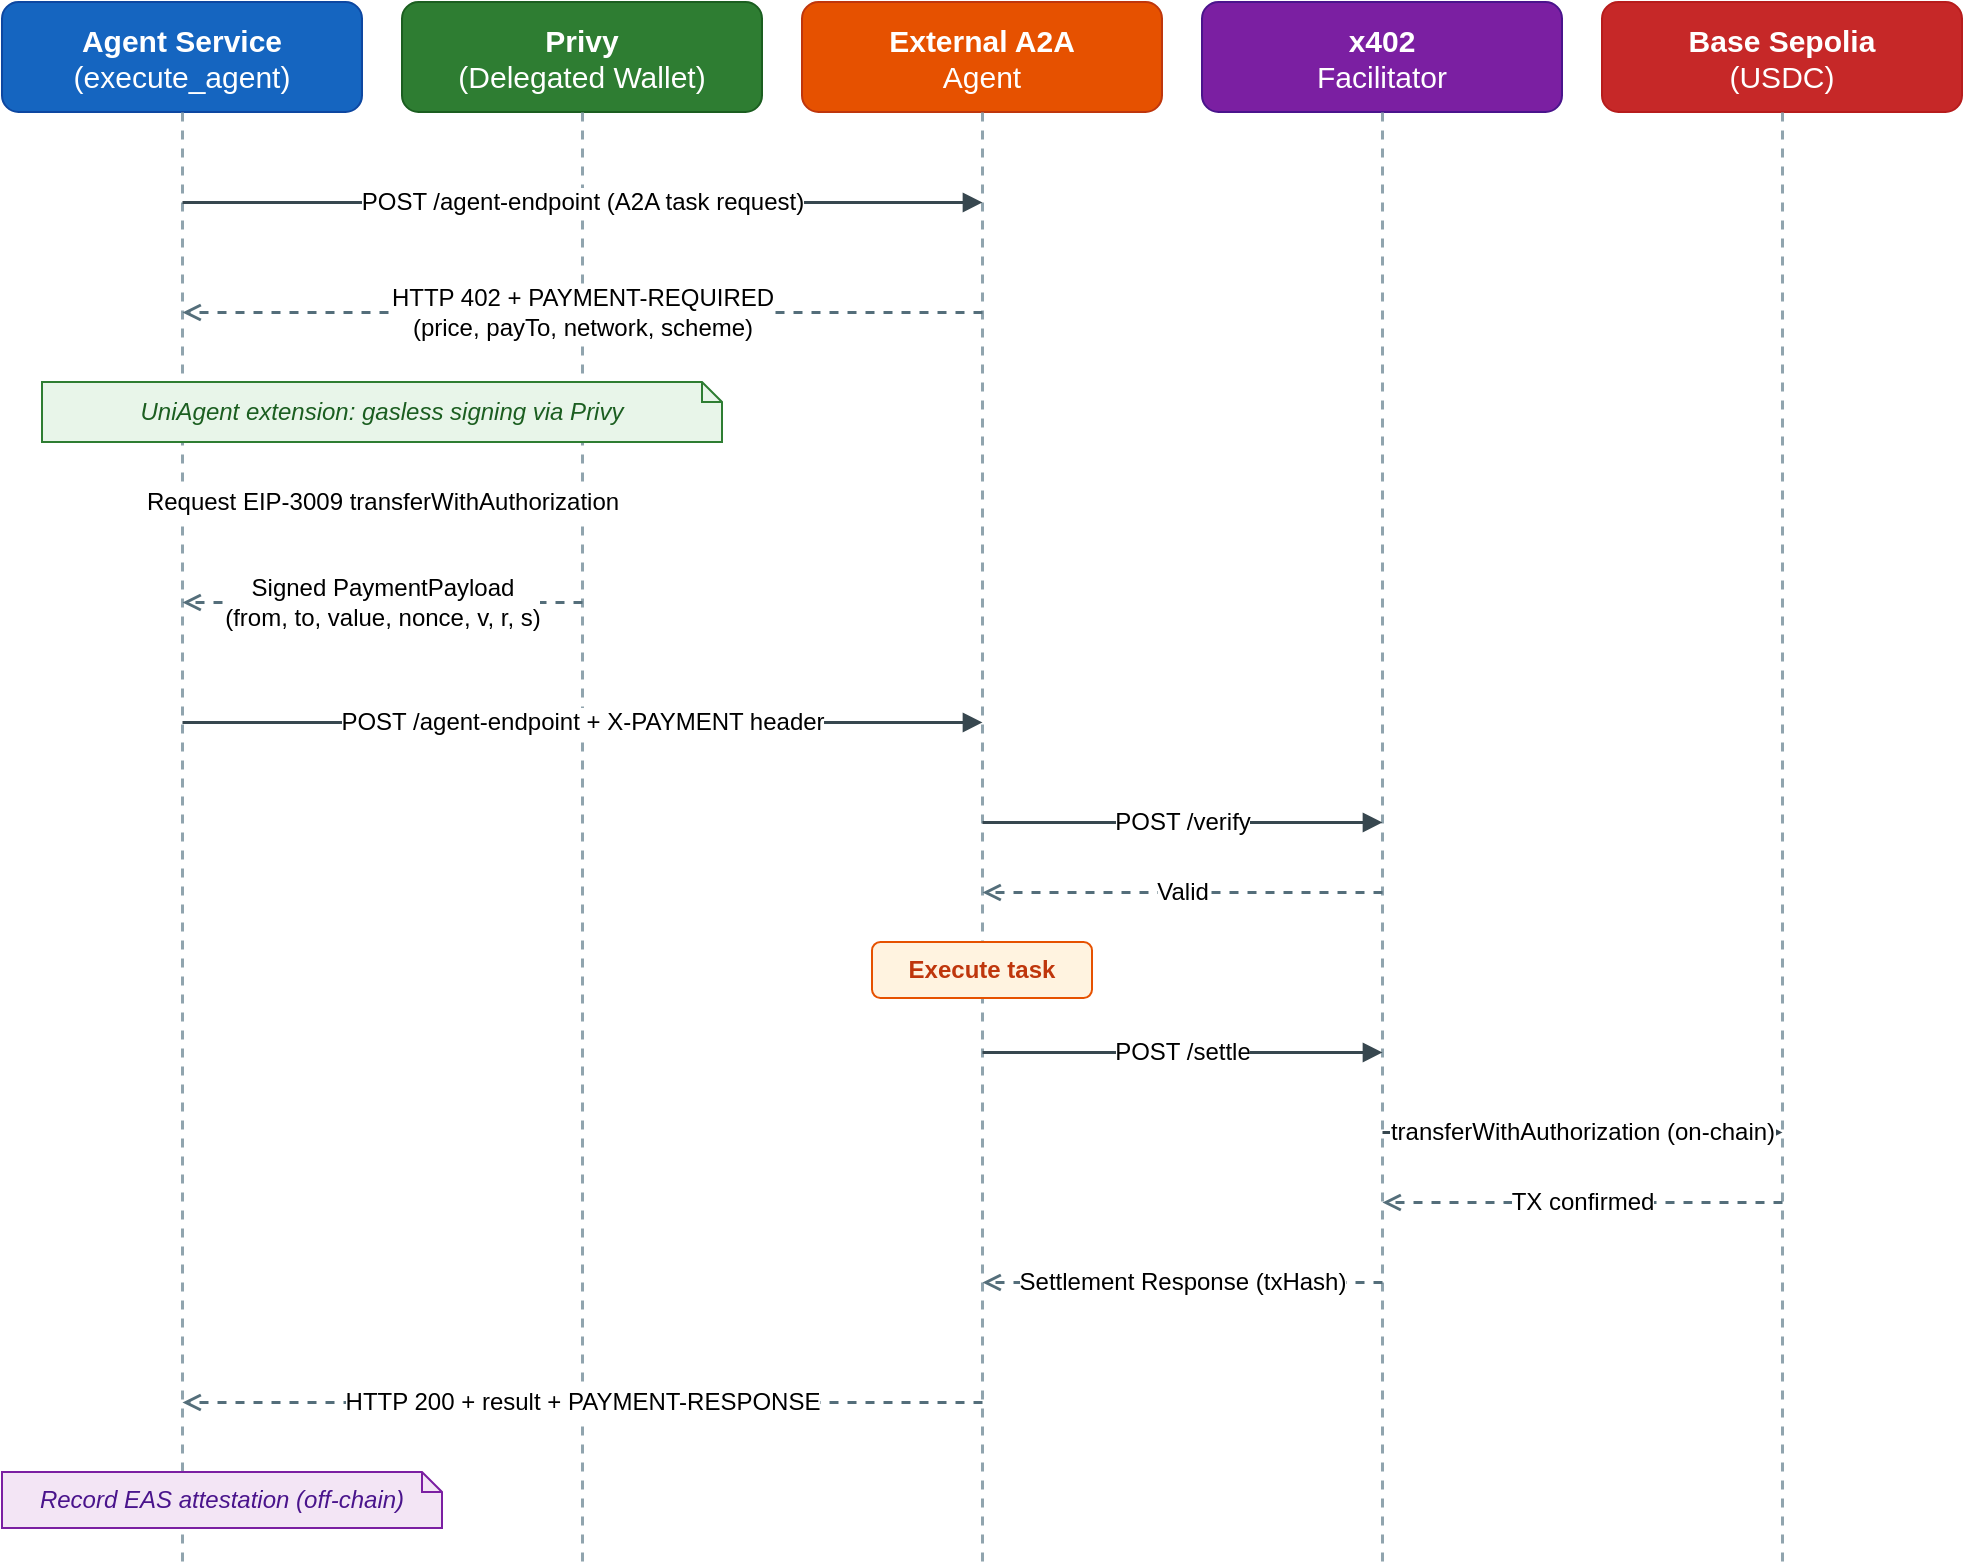
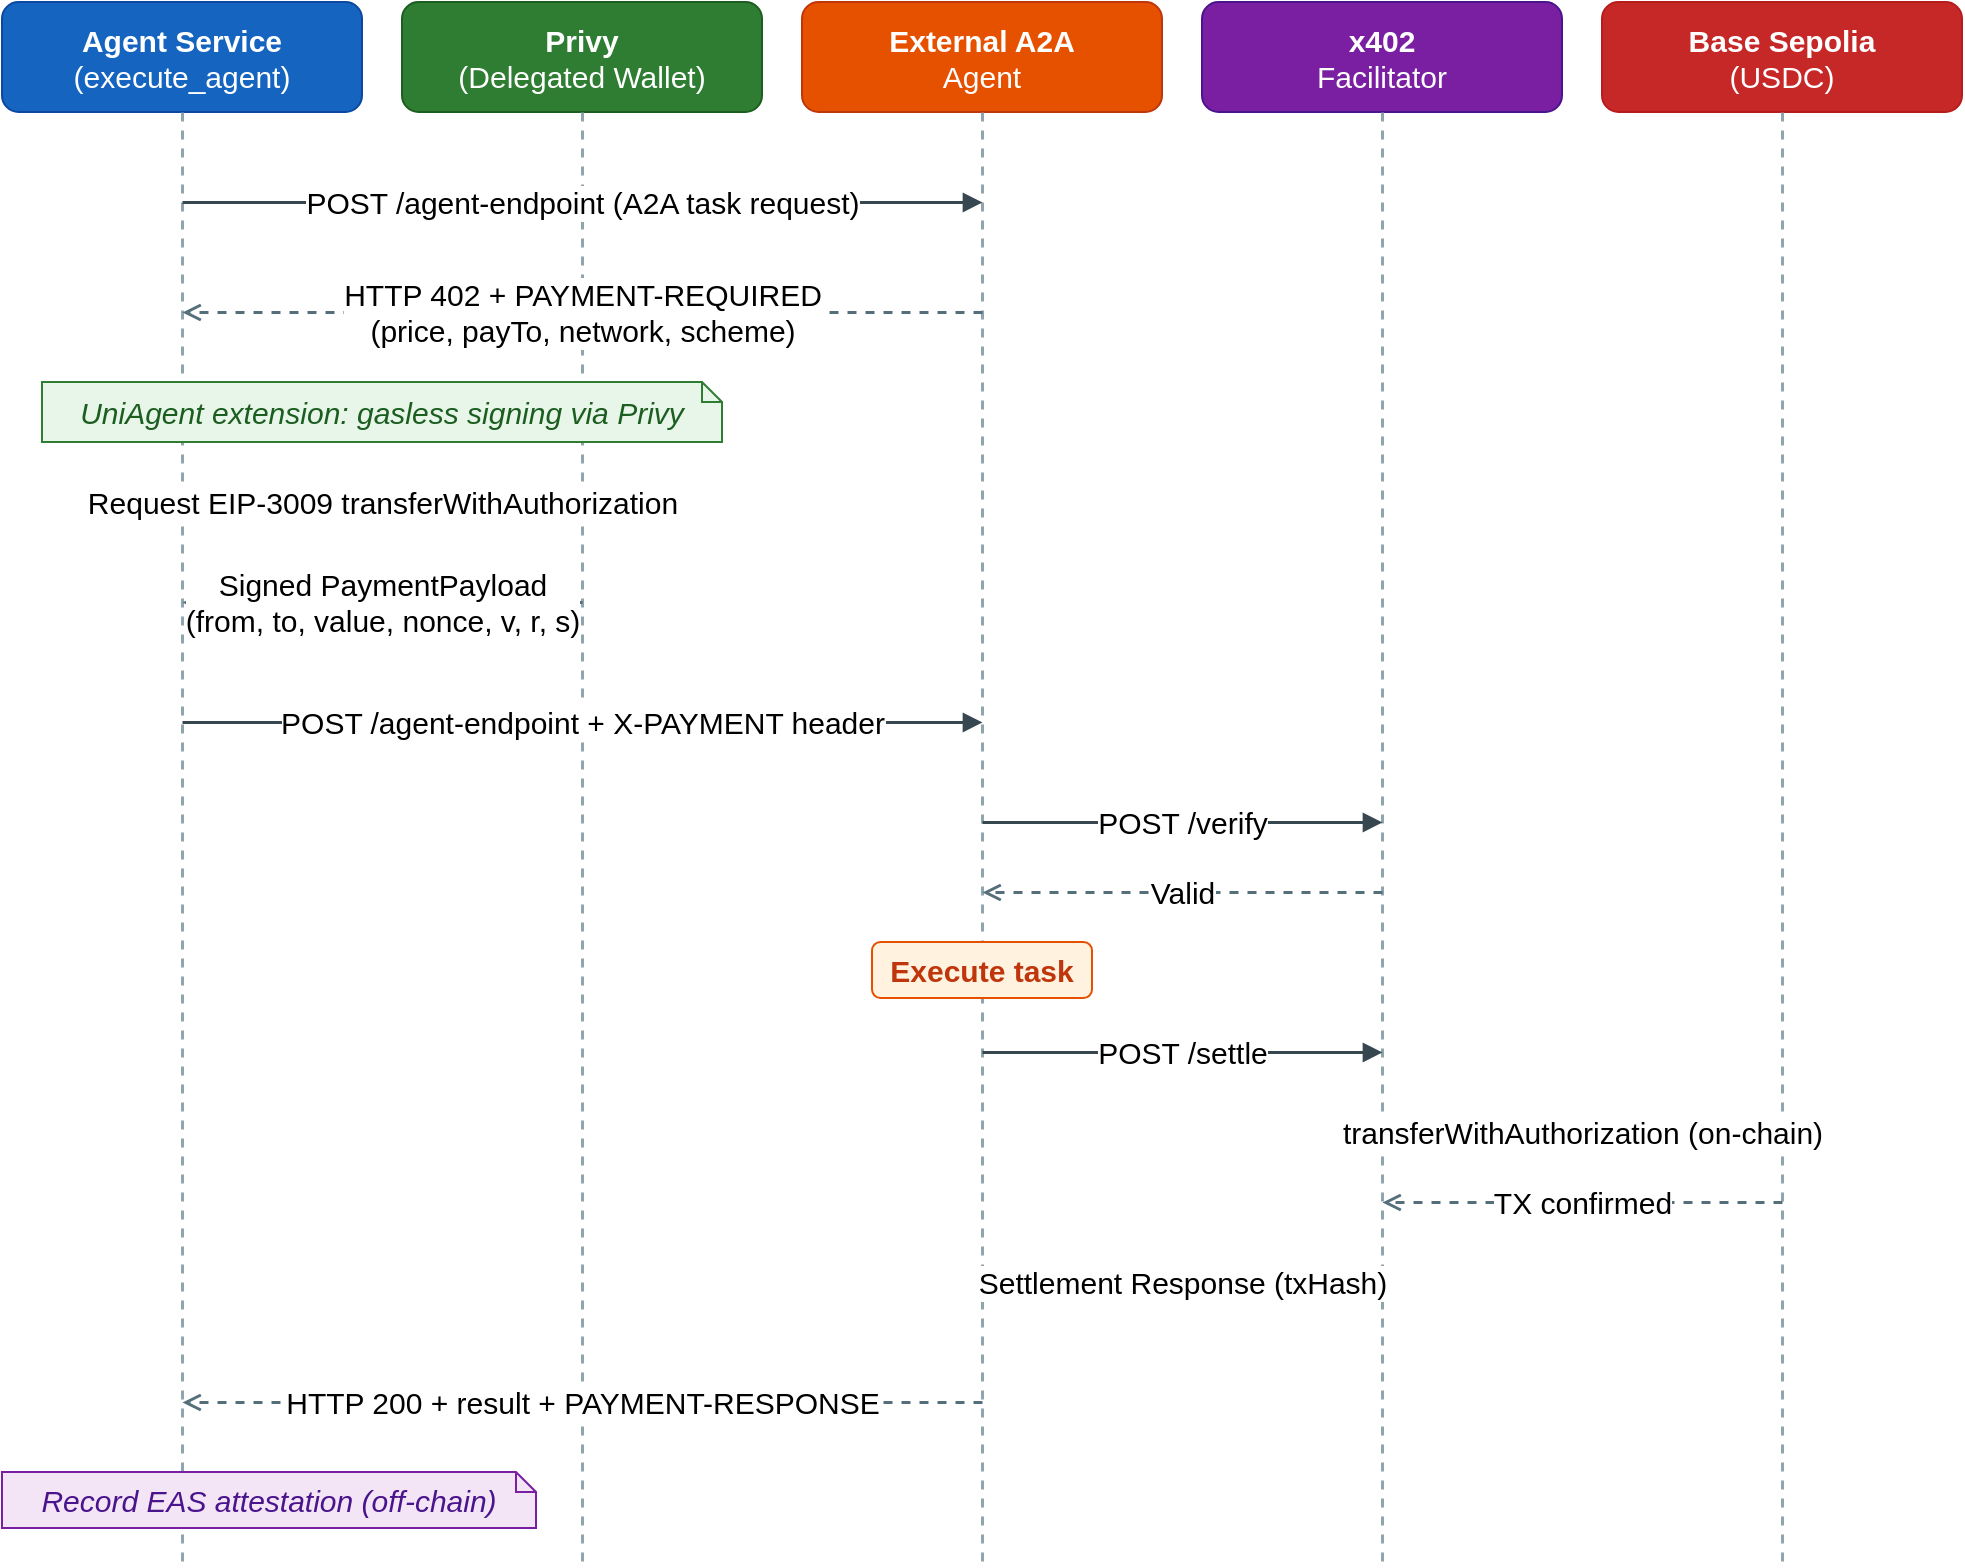
- <mxfile host="app.diagrams.net">
+ <mxfile host="Electron" agent="Mozilla/5.0 (Macintosh; Intel Mac OS X 10_15_7) AppleWebKit/537.36 (KHTML, like Gecko) draw.io/29.0.3 Chrome/140.0.7339.249 Electron/38.7.0 Safari/537.36" version="29.0.3">
  <diagram name="ページ-1" id="81P64C-m_brE7gMdqZIr">
-     <mxGraphModel dx="1440" dy="885" grid="0" gridSize="10" guides="1" tooltips="1" connect="1" arrows="1" fold="1" page="0" pageScale="1" pageWidth="827" pageHeight="1169" math="0" shadow="0">
+     <mxGraphModel dx="1357" dy="997" grid="0" gridSize="10" guides="1" tooltips="1" connect="1" arrows="1" fold="1" page="0" pageScale="1" pageWidth="827" pageHeight="1169" math="0" shadow="0">
      <root>
        <mxCell id="0" />
        <mxCell id="1" parent="0" />
-         <mxCell id="h_as" parent="1" style="rounded=1;whiteSpace=wrap;html=1;fillColor=#1565C0;strokeColor=#0D47A1;fontColor=#FFFFFF;fontSize=15;fontFamily=Helvetica;" value="&lt;b&gt;Agent Service&lt;/b&gt;&lt;br&gt;(execute_agent)" vertex="1">
-           <mxGeometry height="55" width="180" x="20" y="10" as="geometry" />
+         <mxCell id="h_as" value="&lt;b&gt;Agent Service&lt;/b&gt;&lt;br&gt;(execute_agent)" style="rounded=1;whiteSpace=wrap;html=1;fillColor=#1565C0;strokeColor=#0D47A1;fontColor=#FFFFFF;fontSize=15;fontFamily=Helvetica;" parent="1" vertex="1">
+           <mxGeometry x="20" y="10" width="180" height="55" as="geometry" />
        </mxCell>
-         <mxCell id="h_p" parent="1" style="rounded=1;whiteSpace=wrap;html=1;fillColor=#2E7D32;strokeColor=#1B5E20;fontColor=#FFFFFF;fontSize=15;fontFamily=Helvetica;" value="&lt;b&gt;Privy&lt;/b&gt;&lt;br&gt;(Delegated Wallet)" vertex="1">
-           <mxGeometry height="55" width="180" x="220" y="10" as="geometry" />
+         <mxCell id="h_p" value="&lt;b&gt;Privy&lt;/b&gt;&lt;br&gt;(Delegated Wallet)" style="rounded=1;whiteSpace=wrap;html=1;fillColor=#2E7D32;strokeColor=#1B5E20;fontColor=#FFFFFF;fontSize=15;fontFamily=Helvetica;" parent="1" vertex="1">
+           <mxGeometry x="220" y="10" width="180" height="55" as="geometry" />
        </mxCell>
-         <mxCell id="h_ea" parent="1" style="rounded=1;whiteSpace=wrap;html=1;fillColor=#E65100;strokeColor=#BF360C;fontColor=#FFFFFF;fontSize=15;fontFamily=Helvetica;" value="&lt;b&gt;External A2A&lt;/b&gt;&lt;br&gt;Agent" vertex="1">
-           <mxGeometry height="55" width="180" x="420" y="10" as="geometry" />
+         <mxCell id="h_ea" value="&lt;b&gt;External A2A&lt;/b&gt;&lt;br&gt;Agent" style="rounded=1;whiteSpace=wrap;html=1;fillColor=#E65100;strokeColor=#BF360C;fontColor=#FFFFFF;fontSize=15;fontFamily=Helvetica;" parent="1" vertex="1">
+           <mxGeometry x="420" y="10" width="180" height="55" as="geometry" />
        </mxCell>
-         <mxCell id="h_f" parent="1" style="rounded=1;whiteSpace=wrap;html=1;fillColor=#7B1FA2;strokeColor=#4A148C;fontColor=#FFFFFF;fontSize=15;fontFamily=Helvetica;" value="&lt;b&gt;x402&lt;/b&gt;&lt;br&gt;Facilitator" vertex="1">
-           <mxGeometry height="55" width="180" x="620" y="10" as="geometry" />
+         <mxCell id="h_f" value="&lt;b&gt;x402&lt;/b&gt;&lt;br&gt;Facilitator" style="rounded=1;whiteSpace=wrap;html=1;fillColor=#7B1FA2;strokeColor=#4A148C;fontColor=#FFFFFF;fontSize=15;fontFamily=Helvetica;" parent="1" vertex="1">
+           <mxGeometry x="620" y="10" width="180" height="55" as="geometry" />
        </mxCell>
-         <mxCell id="h_bc" parent="1" style="rounded=1;whiteSpace=wrap;html=1;fillColor=#C62828;strokeColor=#B71C1C;fontColor=#FFFFFF;fontSize=15;fontFamily=Helvetica;" value="&lt;b&gt;Base Sepolia&lt;/b&gt;&lt;br&gt;(USDC)" vertex="1">
-           <mxGeometry height="55" width="180" x="820" y="10" as="geometry" />
+         <mxCell id="h_bc" value="&lt;b&gt;Base Sepolia&lt;/b&gt;&lt;br&gt;(USDC)" style="rounded=1;whiteSpace=wrap;html=1;fillColor=#C62828;strokeColor=#B71C1C;fontColor=#FFFFFF;fontSize=15;fontFamily=Helvetica;" parent="1" vertex="1">
+           <mxGeometry x="820" y="10" width="180" height="55" as="geometry" />
        </mxCell>
-         <mxCell id="l_as" edge="1" parent="1" style="endArrow=none;dashed=1;strokeColor=#90A4AE;strokeWidth=1.5;">
+         <mxCell id="l_as" style="endArrow=none;dashed=1;strokeColor=#90A4AE;strokeWidth=1.5;fontSize=15;" parent="1" edge="1">
          <mxGeometry relative="1" as="geometry">
            <mxPoint x="110" y="65" as="sourcePoint" />
            <mxPoint x="110" y="790" as="targetPoint" />
          </mxGeometry>
        </mxCell>
-         <mxCell id="l_p" edge="1" parent="1" style="endArrow=none;dashed=1;strokeColor=#90A4AE;strokeWidth=1.5;">
+         <mxCell id="l_p" style="endArrow=none;dashed=1;strokeColor=#90A4AE;strokeWidth=1.5;fontSize=15;" parent="1" edge="1">
          <mxGeometry relative="1" as="geometry">
            <mxPoint x="310" y="65" as="sourcePoint" />
            <mxPoint x="310" y="790" as="targetPoint" />
          </mxGeometry>
        </mxCell>
-         <mxCell id="l_ea" edge="1" parent="1" style="endArrow=none;dashed=1;strokeColor=#90A4AE;strokeWidth=1.5;">
+         <mxCell id="l_ea" style="endArrow=none;dashed=1;strokeColor=#90A4AE;strokeWidth=1.5;fontSize=15;" parent="1" edge="1">
          <mxGeometry relative="1" as="geometry">
            <mxPoint x="510" y="65" as="sourcePoint" />
            <mxPoint x="510" y="790" as="targetPoint" />
          </mxGeometry>
        </mxCell>
-         <mxCell id="l_f" edge="1" parent="1" style="endArrow=none;dashed=1;strokeColor=#90A4AE;strokeWidth=1.5;">
+         <mxCell id="l_f" style="endArrow=none;dashed=1;strokeColor=#90A4AE;strokeWidth=1.5;fontSize=15;" parent="1" edge="1">
          <mxGeometry relative="1" as="geometry">
            <mxPoint x="710" y="65" as="sourcePoint" />
            <mxPoint x="710" y="790" as="targetPoint" />
          </mxGeometry>
        </mxCell>
-         <mxCell id="l_bc" edge="1" parent="1" style="endArrow=none;dashed=1;strokeColor=#90A4AE;strokeWidth=1.5;">
+         <mxCell id="l_bc" style="endArrow=none;dashed=1;strokeColor=#90A4AE;strokeWidth=1.5;fontSize=15;" parent="1" edge="1">
          <mxGeometry relative="1" as="geometry">
            <mxPoint x="910" y="65" as="sourcePoint" />
            <mxPoint x="910" y="790" as="targetPoint" />
          </mxGeometry>
        </mxCell>
-         <mxCell id="m1" edge="1" parent="1" style="endArrow=block;endFill=1;strokeColor=#37474F;strokeWidth=1.5;fontSize=12;fontFamily=Helvetica;labelBackgroundColor=#FFFFFF;html=1;" value="POST /agent-endpoint (A2A task request)">
+         <mxCell id="m1" value="POST /agent-endpoint (A2A task request)" style="endArrow=block;endFill=1;strokeColor=#37474F;strokeWidth=1.5;fontSize=15;fontFamily=Helvetica;labelBackgroundColor=#FFFFFF;html=1;" parent="1" edge="1">
          <mxGeometry relative="1" as="geometry">
            <mxPoint x="110" y="110" as="sourcePoint" />
            <mxPoint x="510" y="110" as="targetPoint" />
          </mxGeometry>
        </mxCell>
-         <mxCell id="m2" edge="1" parent="1" style="endArrow=open;endFill=0;dashed=1;strokeColor=#546E7A;strokeWidth=1.5;fontSize=12;fontFamily=Helvetica;labelBackgroundColor=#FFFFFF;html=1;" value="HTTP 402 + PAYMENT-REQUIRED&lt;br&gt;(price, payTo, network, scheme)">
+         <mxCell id="m2" value="HTTP 402 + PAYMENT-REQUIRED&lt;br&gt;(price, payTo, network, scheme)" style="endArrow=open;endFill=0;dashed=1;strokeColor=#546E7A;strokeWidth=1.5;fontSize=15;fontFamily=Helvetica;labelBackgroundColor=#FFFFFF;html=1;" parent="1" edge="1">
          <mxGeometry relative="1" as="geometry">
            <mxPoint x="510" y="165" as="sourcePoint" />
            <mxPoint x="110" y="165" as="targetPoint" />
          </mxGeometry>
        </mxCell>
-         <mxCell id="n1" parent="1" style="shape=note2;whiteSpace=wrap;html=1;fillColor=#E8F5E9;strokeColor=#2E7D32;fontSize=12;fontFamily=Helvetica;fontColor=#1B5E20;size=10;align=center;" value="&lt;i&gt;UniAgent extension: gasless signing via Privy&lt;/i&gt;" vertex="1">
-           <mxGeometry height="30" width="340" x="40" y="200" as="geometry" />
+         <mxCell id="n1" value="&lt;i&gt;UniAgent extension: gasless signing via Privy&lt;/i&gt;" style="shape=note2;whiteSpace=wrap;html=1;fillColor=#E8F5E9;strokeColor=#2E7D32;fontSize=15;fontFamily=Helvetica;fontColor=#1B5E20;size=10;align=center;" parent="1" vertex="1">
+           <mxGeometry x="40" y="200" width="340" height="30" as="geometry" />
        </mxCell>
-         <mxCell id="m3" edge="1" parent="1" style="endArrow=block;endFill=1;strokeColor=#37474F;strokeWidth=1.5;fontSize=12;fontFamily=Helvetica;labelBackgroundColor=#FFFFFF;html=1;" value="Request EIP-3009 transferWithAuthorization">
+         <mxCell id="m3" value="Request EIP-3009 transferWithAuthorization" style="endArrow=block;endFill=1;strokeColor=#37474F;strokeWidth=1.5;fontSize=15;fontFamily=Helvetica;labelBackgroundColor=#FFFFFF;html=1;" parent="1" edge="1">
          <mxGeometry relative="1" as="geometry">
            <mxPoint x="110" y="260" as="sourcePoint" />
            <mxPoint x="310" y="260" as="targetPoint" />
          </mxGeometry>
        </mxCell>
-         <mxCell id="m4" edge="1" parent="1" style="endArrow=open;endFill=0;dashed=1;strokeColor=#546E7A;strokeWidth=1.5;fontSize=12;fontFamily=Helvetica;labelBackgroundColor=#FFFFFF;html=1;" value="Signed PaymentPayload&lt;br&gt;(from, to, value, nonce, v, r, s)">
+         <mxCell id="m4" value="Signed PaymentPayload&lt;br&gt;(from, to, value, nonce, v, r, s)" style="endArrow=open;endFill=0;dashed=1;strokeColor=#546E7A;strokeWidth=1.5;fontSize=15;fontFamily=Helvetica;labelBackgroundColor=#FFFFFF;html=1;" parent="1" edge="1">
          <mxGeometry relative="1" as="geometry">
            <mxPoint x="310" y="310" as="sourcePoint" />
            <mxPoint x="110" y="310" as="targetPoint" />
          </mxGeometry>
        </mxCell>
-         <mxCell id="m5" edge="1" parent="1" style="endArrow=block;endFill=1;strokeColor=#37474F;strokeWidth=1.5;fontSize=12;fontFamily=Helvetica;labelBackgroundColor=#FFFFFF;html=1;" value="POST /agent-endpoint + X-PAYMENT header">
+         <mxCell id="m5" value="POST /agent-endpoint + X-PAYMENT header" style="endArrow=block;endFill=1;strokeColor=#37474F;strokeWidth=1.5;fontSize=15;fontFamily=Helvetica;labelBackgroundColor=#FFFFFF;html=1;" parent="1" edge="1">
          <mxGeometry relative="1" as="geometry">
            <mxPoint x="110" y="370" as="sourcePoint" />
            <mxPoint x="510" y="370" as="targetPoint" />
          </mxGeometry>
        </mxCell>
-         <mxCell id="m6" edge="1" parent="1" style="endArrow=block;endFill=1;strokeColor=#37474F;strokeWidth=1.5;fontSize=12;fontFamily=Helvetica;labelBackgroundColor=#FFFFFF;html=1;" value="POST /verify">
+         <mxCell id="m6" value="POST /verify" style="endArrow=block;endFill=1;strokeColor=#37474F;strokeWidth=1.5;fontSize=15;fontFamily=Helvetica;labelBackgroundColor=#FFFFFF;html=1;" parent="1" edge="1">
          <mxGeometry relative="1" as="geometry">
            <mxPoint x="510" y="420" as="sourcePoint" />
            <mxPoint x="710" y="420" as="targetPoint" />
          </mxGeometry>
        </mxCell>
-         <mxCell id="m7" edge="1" parent="1" style="endArrow=open;endFill=0;dashed=1;strokeColor=#546E7A;strokeWidth=1.5;fontSize=12;fontFamily=Helvetica;labelBackgroundColor=#FFFFFF;html=1;" value="Valid">
+         <mxCell id="m7" value="Valid" style="endArrow=open;endFill=0;dashed=1;strokeColor=#546E7A;strokeWidth=1.5;fontSize=15;fontFamily=Helvetica;labelBackgroundColor=#FFFFFF;html=1;" parent="1" edge="1">
          <mxGeometry relative="1" as="geometry">
            <mxPoint x="710" y="455" as="sourcePoint" />
            <mxPoint x="510" y="455" as="targetPoint" />
          </mxGeometry>
        </mxCell>
-         <mxCell id="n2" parent="1" style="rounded=1;whiteSpace=wrap;html=1;fillColor=#FFF3E0;strokeColor=#E65100;fontSize=12;fontFamily=Helvetica;fontColor=#BF360C;" value="&lt;b&gt;Execute task&lt;/b&gt;" vertex="1">
-           <mxGeometry height="28" width="110" x="455" y="480" as="geometry" />
+         <mxCell id="n2" value="&lt;b&gt;Execute task&lt;/b&gt;" style="rounded=1;whiteSpace=wrap;html=1;fillColor=#FFF3E0;strokeColor=#E65100;fontSize=15;fontFamily=Helvetica;fontColor=#BF360C;" parent="1" vertex="1">
+           <mxGeometry x="455" y="480" width="110" height="28" as="geometry" />
        </mxCell>
-         <mxCell id="m8" edge="1" parent="1" style="endArrow=block;endFill=1;strokeColor=#37474F;strokeWidth=1.5;fontSize=12;fontFamily=Helvetica;labelBackgroundColor=#FFFFFF;html=1;" value="POST /settle">
+         <mxCell id="m8" value="POST /settle" style="endArrow=block;endFill=1;strokeColor=#37474F;strokeWidth=1.5;fontSize=15;fontFamily=Helvetica;labelBackgroundColor=#FFFFFF;html=1;" parent="1" edge="1">
          <mxGeometry relative="1" as="geometry">
            <mxPoint x="510" y="535" as="sourcePoint" />
            <mxPoint x="710" y="535" as="targetPoint" />
          </mxGeometry>
        </mxCell>
-         <mxCell id="m9" edge="1" parent="1" style="endArrow=block;endFill=1;strokeColor=#37474F;strokeWidth=1.5;fontSize=12;fontFamily=Helvetica;labelBackgroundColor=#FFFFFF;html=1;" value="transferWithAuthorization (on-chain)">
+         <mxCell id="m9" value="transferWithAuthorization (on-chain)" style="endArrow=block;endFill=1;strokeColor=#37474F;strokeWidth=1.5;fontSize=15;fontFamily=Helvetica;labelBackgroundColor=#FFFFFF;html=1;" parent="1" edge="1">
          <mxGeometry relative="1" as="geometry">
            <mxPoint x="710" y="575" as="sourcePoint" />
            <mxPoint x="910" y="575" as="targetPoint" />
          </mxGeometry>
        </mxCell>
-         <mxCell id="m10" edge="1" parent="1" style="endArrow=open;endFill=0;dashed=1;strokeColor=#546E7A;strokeWidth=1.5;fontSize=12;fontFamily=Helvetica;labelBackgroundColor=#FFFFFF;html=1;" value="TX confirmed">
+         <mxCell id="m10" value="TX confirmed" style="endArrow=open;endFill=0;dashed=1;strokeColor=#546E7A;strokeWidth=1.5;fontSize=15;fontFamily=Helvetica;labelBackgroundColor=#FFFFFF;html=1;" parent="1" edge="1">
          <mxGeometry relative="1" as="geometry">
            <mxPoint x="910" y="610" as="sourcePoint" />
            <mxPoint x="710" y="610" as="targetPoint" />
          </mxGeometry>
        </mxCell>
-         <mxCell id="m11" edge="1" parent="1" style="endArrow=open;endFill=0;dashed=1;strokeColor=#546E7A;strokeWidth=1.5;fontSize=12;fontFamily=Helvetica;labelBackgroundColor=#FFFFFF;html=1;" value="Settlement Response (txHash)">
+         <mxCell id="m11" value="Settlement Response (txHash)" style="endArrow=open;endFill=0;dashed=1;strokeColor=#546E7A;strokeWidth=1.5;fontSize=15;fontFamily=Helvetica;labelBackgroundColor=#FFFFFF;html=1;" parent="1" edge="1">
          <mxGeometry relative="1" as="geometry">
            <mxPoint x="710" y="650" as="sourcePoint" />
            <mxPoint x="510" y="650" as="targetPoint" />
          </mxGeometry>
        </mxCell>
-         <mxCell id="m12" edge="1" parent="1" style="endArrow=open;endFill=0;dashed=1;strokeColor=#546E7A;strokeWidth=1.5;fontSize=12;fontFamily=Helvetica;labelBackgroundColor=#FFFFFF;html=1;" value="HTTP 200 + result + PAYMENT-RESPONSE">
+         <mxCell id="m12" value="HTTP 200 + result + PAYMENT-RESPONSE" style="endArrow=open;endFill=0;dashed=1;strokeColor=#546E7A;strokeWidth=1.5;fontSize=15;fontFamily=Helvetica;labelBackgroundColor=#FFFFFF;html=1;" parent="1" edge="1">
          <mxGeometry relative="1" as="geometry">
            <mxPoint x="510" y="710" as="sourcePoint" />
            <mxPoint x="110" y="710" as="targetPoint" />
          </mxGeometry>
        </mxCell>
-         <mxCell id="n3" parent="1" style="shape=note2;whiteSpace=wrap;html=1;fillColor=#F3E5F5;strokeColor=#7B1FA2;fontSize=12;fontFamily=Helvetica;fontColor=#4A148C;size=10;align=center;" value="&lt;i&gt;Record EAS attestation (off-chain)&lt;/i&gt;" vertex="1">
-           <mxGeometry height="28" width="220" x="20" y="745" as="geometry" />
+         <mxCell id="n3" value="&lt;i&gt;Record EAS attestation (off-chain)&lt;/i&gt;" style="shape=note2;whiteSpace=wrap;html=1;fillColor=#F3E5F5;strokeColor=#7B1FA2;fontSize=15;fontFamily=Helvetica;fontColor=#4A148C;size=10;align=center;" parent="1" vertex="1">
+           <mxGeometry x="20" y="745" width="267" height="28" as="geometry" />
        </mxCell>
      </root>
    </mxGraphModel>
  </diagram>
</mxfile>
